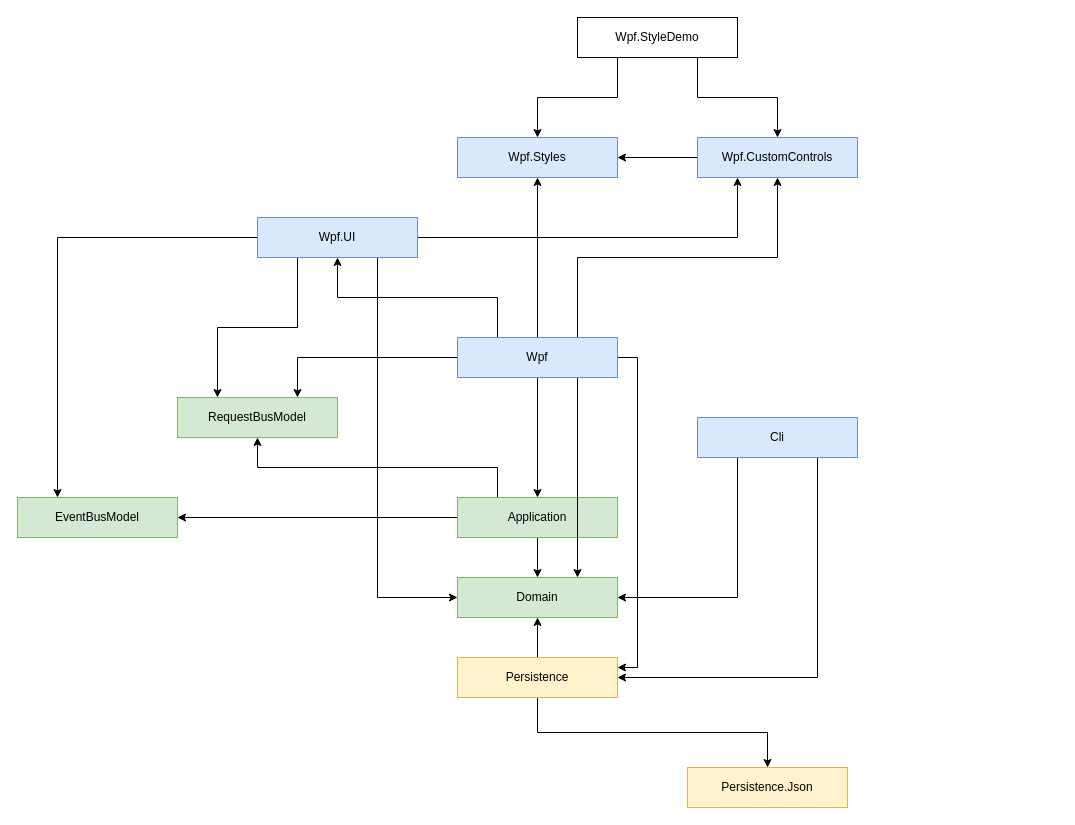
Earlier version of the draw.io diagram doc/architecture.drawio (lastunicorn/MedicX). Source tidied: cells renumbered, new cells numbered last; positions are measured from the earlier drawing's top-left corner, leaving out a move shared by most shapes. Both pictures are drawn from the tidied source at 100%, with x=0, y=0 at pixel (17, 17).
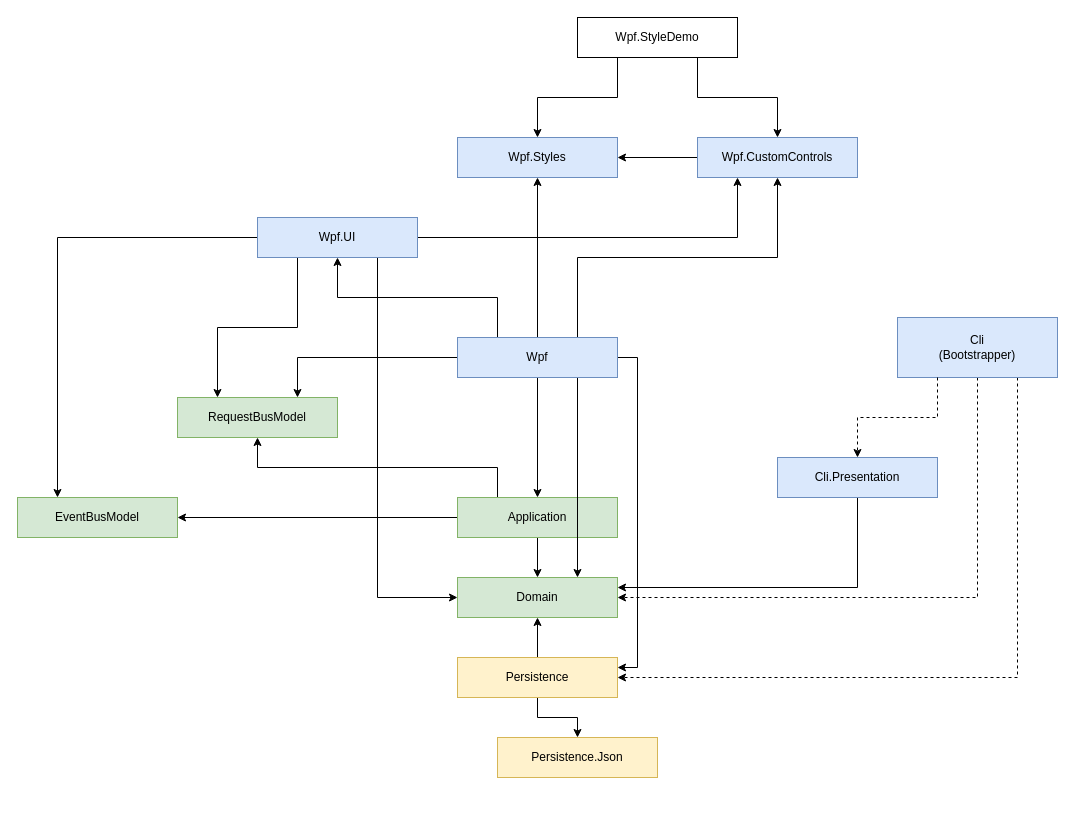
Above is the later version.

The change refers to these unchanged cells:
```xml
<mxCell id="4" value="Persistence" style="rounded=0;whiteSpace=wrap;html=1;fillColor=#fff2cc;strokeColor=#d6b656;" parent="1" vertex="1">
  <mxGeometry x="440" y="640" width="160" height="40" as="geometry" />
</mxCell>
<mxCell id="6" value="Domain" style="rounded=0;whiteSpace=wrap;html=1;fillColor=#d5e8d4;strokeColor=#82b366;" parent="1" vertex="1">
  <mxGeometry x="440" y="560" width="160" height="40" as="geometry" />
</mxCell>
```

Change to the diagram source:
```diff
@@
     <mxCell id="5" value="Persistence.Json" style="rounded=0;whiteSpace=wrap;html=1;fillColor=#fff2cc;strokeColor=#d6b656;" parent="1" vertex="1">
-      <mxGeometry x="670" y="750" width="160" height="40" as="geometry" />
+      <mxGeometry x="480" y="720" width="160" height="40" as="geometry" />
     </mxCell>
@@
-    <mxCell id="13" style="edgeStyle=orthogonalEdgeStyle;rounded=0;jettySize=auto;html=1;exitX=0.25;exitY=1;exitDx=0;exitDy=0;entryX=1;entryY=0.5;entryDx=0;entryDy=0;" parent="1" edge="1" source="15" target="6">
+    <mxCell id="13" style="edgeStyle=orthogonalEdgeStyle;rounded=0;jettySize=auto;html=1;exitX=0.5;exitY=1;exitDx=0;exitDy=0;entryX=1;entryY=0.5;entryDx=0;entryDy=0;dashed=1;" parent="1" edge="1" source="15" target="6">
       <mxGeometry relative="1" as="geometry" />
     </mxCell>
-    <mxCell id="14" style="edgeStyle=orthogonalEdgeStyle;rounded=0;jettySize=auto;html=1;exitX=0.75;exitY=1;exitDx=0;exitDy=0;entryX=1;entryY=0.5;entryDx=0;entryDy=0;" parent="1" edge="1" source="15" target="4">
+    <mxCell id="14" style="edgeStyle=orthogonalEdgeStyle;rounded=0;jettySize=auto;html=1;exitX=0.75;exitY=1;exitDx=0;exitDy=0;entryX=1;entryY=0.5;entryDx=0;entryDy=0;dashed=1;" parent="1" edge="1" source="15" target="4">
       <mxGeometry relative="1" as="geometry" />
     </mxCell>
-    <mxCell id="15" value="Cli" style="rounded=0;whiteSpace=wrap;html=1;fillColor=#dae8fc;strokeColor=#6c8ebf;" parent="1" vertex="1">
-      <mxGeometry x="680" y="400" width="160" height="40" as="geometry" />
+    <mxCell id="15" value="Cli&lt;br&gt;(Bootstrapper)" style="rounded=0;whiteSpace=wrap;html=1;fillColor=#dae8fc;strokeColor=#6c8ebf;" parent="1" vertex="1">
+      <mxGeometry x="880" y="300" width="160" height="60" as="geometry" />
     </mxCell>
@@
+    <mxCell id="35" style="edgeStyle=orthogonalEdgeStyle;rounded=0;jettySize=auto;html=1;exitX=0.5;exitY=1;exitDx=0;exitDy=0;entryX=1;entryY=0.25;entryDx=0;entryDy=0;" parent="1" edge="1" source="36" target="6">
+      <mxGeometry relative="1" as="geometry" />
+    </mxCell>
+    <mxCell id="36" value="Cli.Presentation" style="rounded=0;whiteSpace=wrap;html=1;fillColor=#dae8fc;strokeColor=#6c8ebf;" parent="1" vertex="1">
+      <mxGeometry x="760" y="440" width="160" height="40" as="geometry" />
+    </mxCell>
+    <mxCell id="37" style="edgeStyle=orthogonalEdgeStyle;rounded=0;jettySize=auto;html=1;exitX=0.25;exitY=1;exitDx=0;exitDy=0;entryX=0.5;entryY=0;entryDx=0;entryDy=0;dashed=1;" parent="1" edge="1" source="15" target="36">
+      <mxGeometry relative="1" as="geometry" />
+    </mxCell>
```
